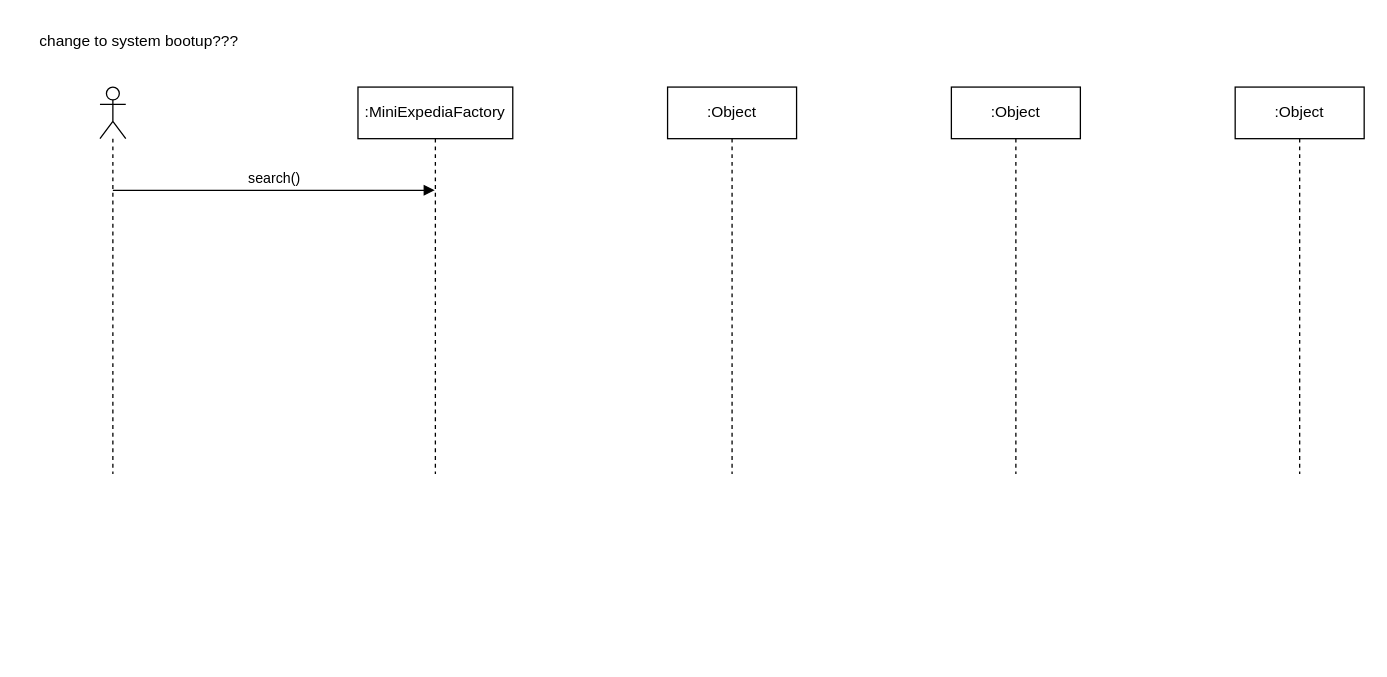
Earlier version of the draw.io diagram page "Page-2" (2 of 2) of workshop8-week9.drawio (antonykimuom/SWEN30006-2025-SM1-workshop1-tuew05-14-00-team-12). Source tidied: cells renumbered, new cells numbered last; positions are measured from the earlier drawing's top-left corner, leaving out a move shared by most shapes. Both pictures are drawn from the tidied source at 129%, with x=0, y=0 at pixel (22, 22).
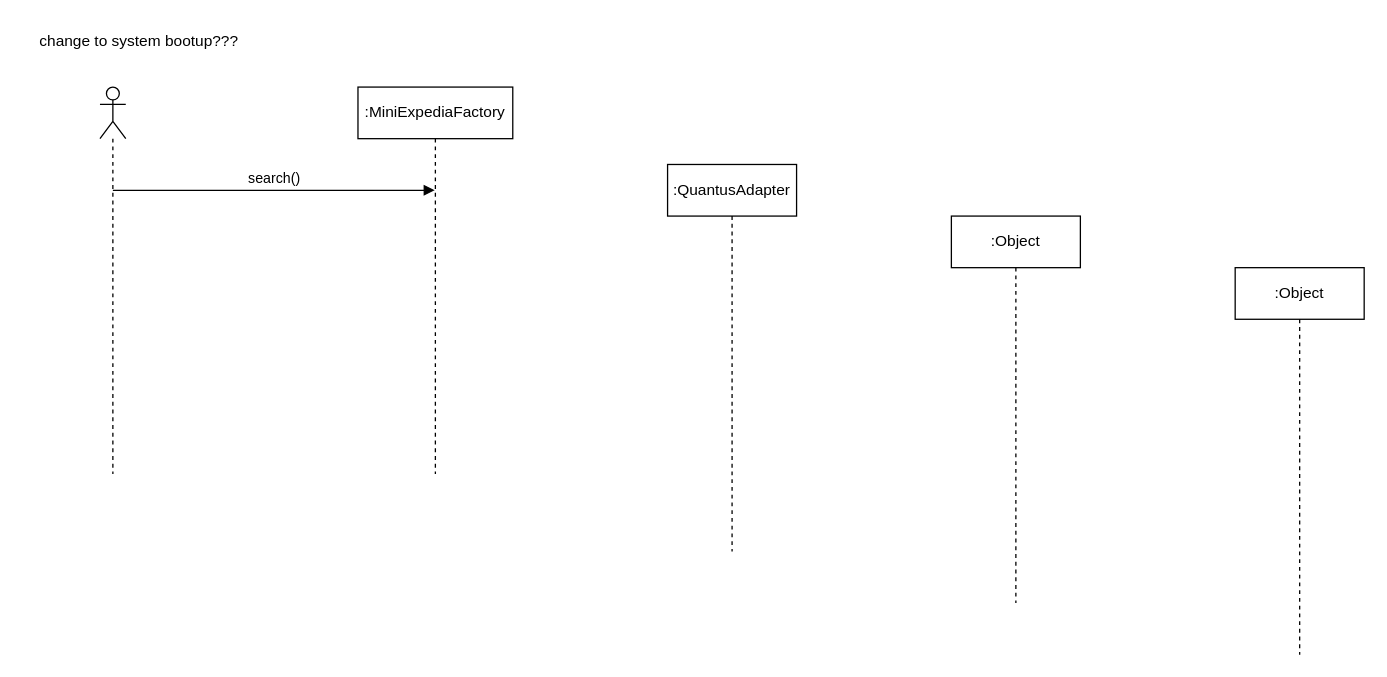
After the change.

The edit, as a diff of the source:
```diff
@@
 <mxGraphModel>
   <root>
     <mxCell id="0" />
     <mxCell id="1" parent="0" />
     <mxCell id="2" value=":MiniExpediaFactory" style="shape=umlLifeline;perimeter=lifelinePerimeter;whiteSpace=wrap;html=1;outlineConnect=0;portConstraint=eastwest;newEdgeStyle={&quot;curved&quot;:0,&quot;rounded&quot;:0};" parent="1" vertex="1">
       <mxGeometry x="260" y="50" width="120" height="300" as="geometry" />
     </mxCell>
     <mxCell id="3" style="shape=umlLifeline;perimeter=lifelinePerimeter;whiteSpace=wrap;html=1;newEdgeStyle={&quot;curved&quot;:0,&quot;rounded&quot;:0};participant=umlActor;" parent="1" vertex="1">
       <mxGeometry x="60" y="50" width="20" height="300" as="geometry" />
     </mxCell>
     <mxCell id="4" value="change to system bootup???" style="text;html=1;align=center;verticalAlign=middle;strokeColor=none;fillColor=none;" parent="1" vertex="1">
       <mxGeometry width="180" height="30" as="geometry" />
     </mxCell>
     <mxCell id="5" value="search()" style="html=1;verticalAlign=bottom;endArrow=block;curved=0;rounded=0;" parent="1" edge="1" target="2">
       <mxGeometry relative="1" as="geometry">
         <mxPoint x="70" y="130" as="sourcePoint" />
       </mxGeometry>
     </mxCell>
-    <mxCell id="6" value=":Object" style="shape=umlLifeline;perimeter=lifelinePerimeter;whiteSpace=wrap;html=1;newEdgeStyle={&quot;curved&quot;:0,&quot;rounded&quot;:0};" parent="1" vertex="1">
-      <mxGeometry x="500" y="50" width="100" height="300" as="geometry" />
+    <mxCell id="6" value=":QuantusAdapter" style="shape=umlLifeline;perimeter=lifelinePerimeter;whiteSpace=wrap;html=1;newEdgeStyle={&quot;curved&quot;:0,&quot;rounded&quot;:0};" parent="1" vertex="1">
+      <mxGeometry x="500" y="110" width="100" height="300" as="geometry" />
     </mxCell>
     <mxCell id="7" value=":Object" style="shape=umlLifeline;perimeter=lifelinePerimeter;whiteSpace=wrap;html=1;newEdgeStyle={&quot;curved&quot;:0,&quot;rounded&quot;:0};" parent="1" vertex="1">
-      <mxGeometry x="940" y="50" width="100" height="300" as="geometry" />
+      <mxGeometry x="940" y="190" width="100" height="300" as="geometry" />
     </mxCell>
     <mxCell id="8" value=":Object" style="shape=umlLifeline;perimeter=lifelinePerimeter;whiteSpace=wrap;html=1;newEdgeStyle={&quot;curved&quot;:0,&quot;rounded&quot;:0};" parent="1" vertex="1">
-      <mxGeometry x="720" y="50" width="100" height="300" as="geometry" />
+      <mxGeometry x="720" y="150" width="100" height="300" as="geometry" />
     </mxCell>
   </root>
 </mxGraphModel>
```
